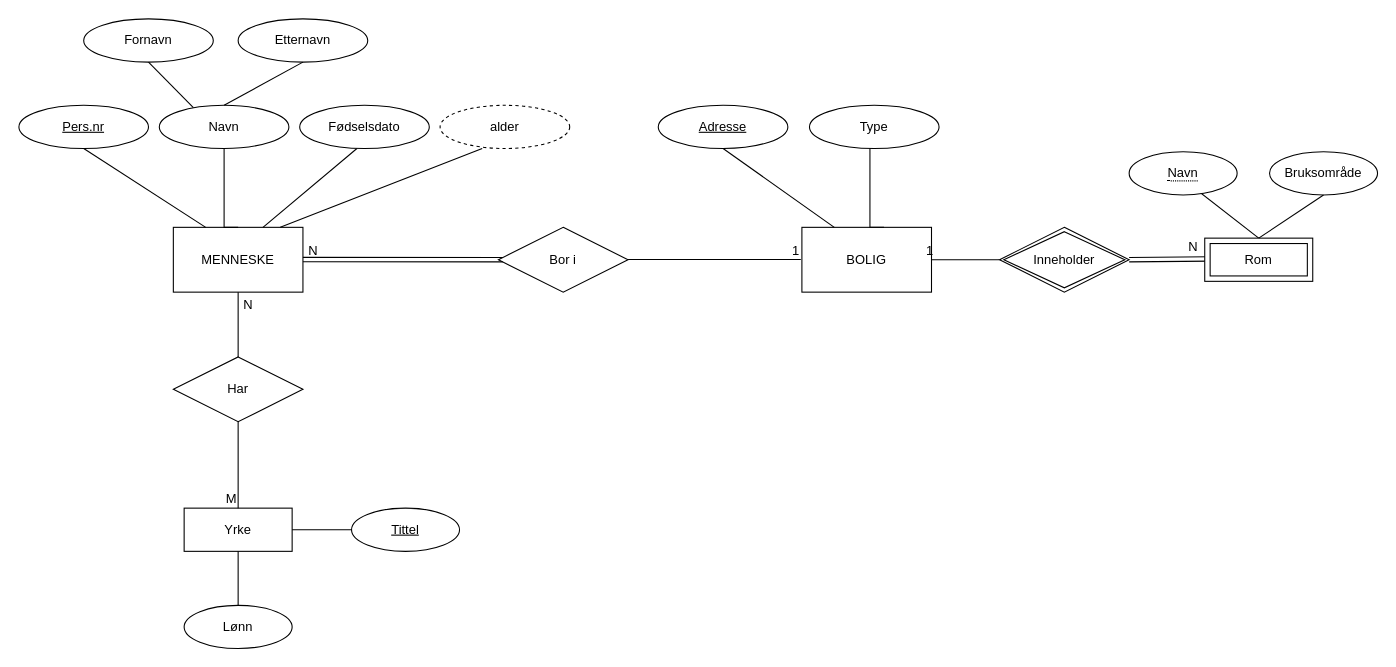
bendikmd/in2090 keeps this draw.io diagram as Untitled Diagram.drawio. Above is the earlier version. Source tidied: cells renumbered, new cells numbered last; positions are measured from the earlier drawing's top-left corner, leaving out a move shared by most shapes. Both pictures are drawn from the tidied source at 108%, with x=0, y=0 at pixel (18, 18).
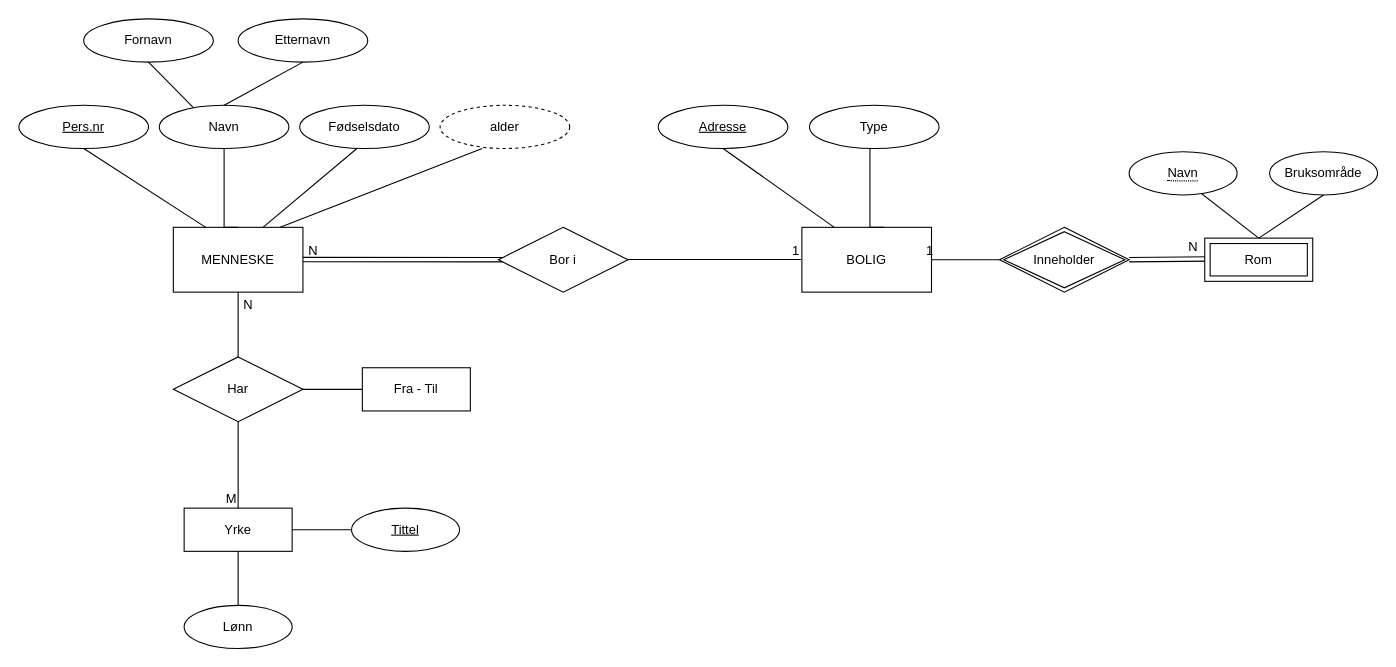
The same diagram, later.

Commit message:
Oppg 2 Menneske Diagram.drawio

The change refers to these unchanged cells:
```xml
<mxCell id="35" value="Har" style="shape=rhombus;perimeter=rhombusPerimeter;whiteSpace=wrap;html=1;align=center;" parent="1" vertex="1">
  <mxGeometry x="143" y="313" width="120" height="60" as="geometry" />
</mxCell>
```

What changed in the source:
```diff
@@
+    <mxCell id="45" style="endArrow=none;html=1;rounded=0;entryX=0;entryY=0.5;entryDx=0;entryDy=0;exitX=1;exitY=0.5;exitDx=0;exitDy=0;" parent="1" edge="1" source="35">
+      <mxGeometry relative="1" as="geometry">
+        <mxPoint x="318" y="343" as="targetPoint" />
+      </mxGeometry>
+    </mxCell>
+    <mxCell id="46" value="Fra - Til" style="whiteSpace=wrap;html=1;align=center;" parent="1" vertex="1">
+      <mxGeometry x="318" y="323" width="100" height="40" as="geometry" />
+    </mxCell>
```
